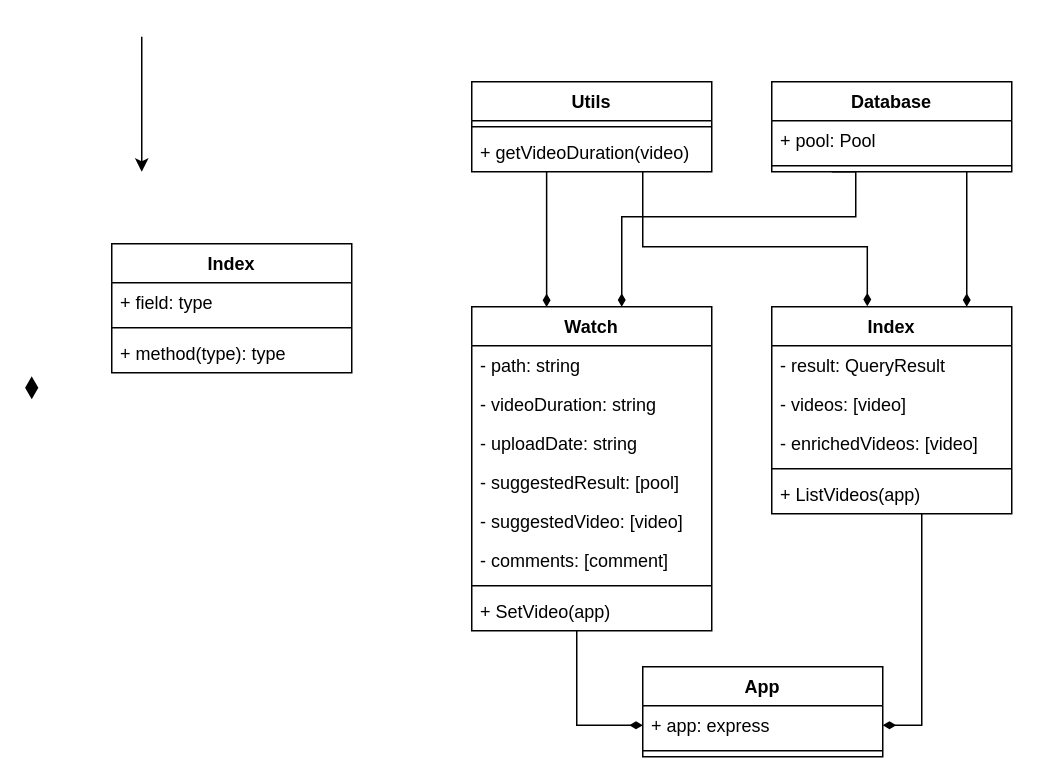
Above: page "диаграмма классов" (8 of 11) of documentation/cursach 2nd diagrams EIMP YT202.drawio in Axemer/VideoHostingDev (draw.io), before the change. Source tidied: cells renumbered, new cells numbered last; positions are measured from the earlier drawing's top-left corner, leaving out a move shared by most shapes. Both pictures are drawn from the tidied source at 150%, with x=0, y=0 at pixel (21, 36).
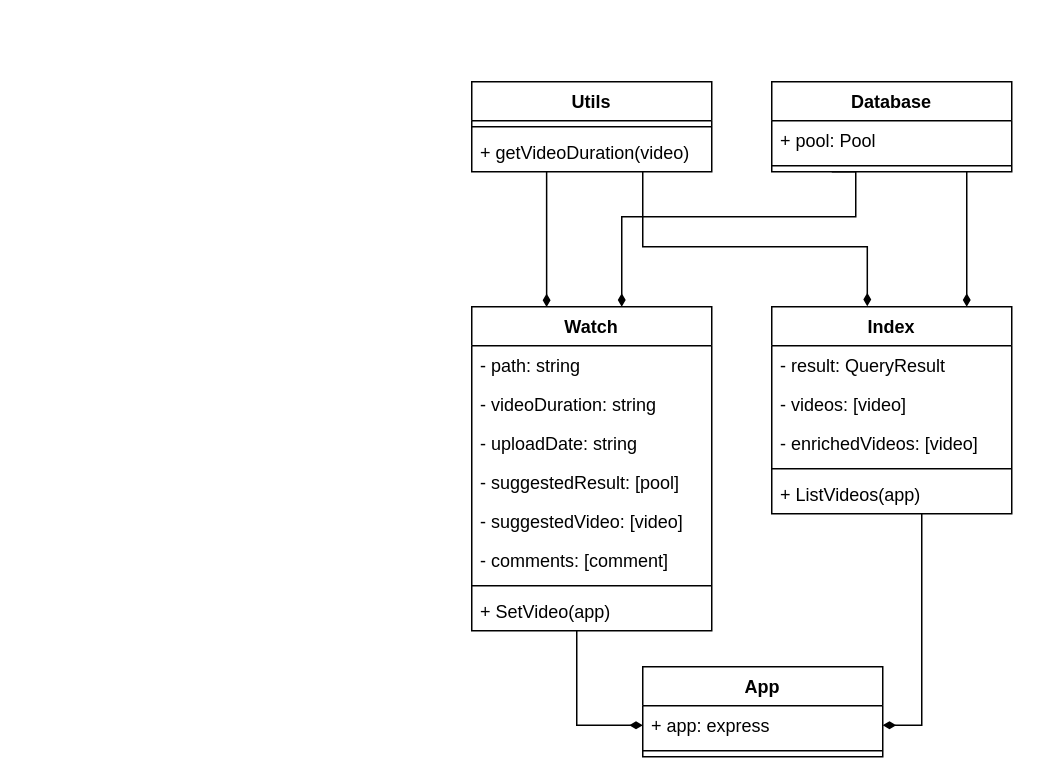
After the change.

The edit, as a diff of the source:
```diff
@@
-    <mxCell id="5" value="Index" style="swimlane;fontStyle=1;align=center;verticalAlign=top;horizontal=1;startSize=26;whiteSpace=wrap;html=1;" parent="1" vertex="1">
-      <mxGeometry x="60" y="138" width="160" height="86" as="geometry" />
-    </mxCell>
-    <mxCell id="6" value="+ field: type" style="text;strokeColor=none;fillColor=none;align=left;verticalAlign=top;spacingLeft=4;spacingRight=4;overflow=hidden;whiteSpace=wrap;html=1;" parent="5" vertex="1">
-      <mxGeometry y="26" width="160" height="26" as="geometry" />
-    </mxCell>
-    <mxCell id="7" style="line;strokeWidth=1;fillColor=none;align=left;verticalAlign=middle;spacingTop=-1;spacingLeft=3;spacingRight=3;labelPosition=right;strokeColor=inherit;" parent="5" vertex="1">
-      <mxGeometry y="52" width="160" height="8" as="geometry" />
-    </mxCell>
-    <mxCell id="8" value="+ method(type): type" style="text;strokeColor=none;fillColor=none;align=left;verticalAlign=top;spacingLeft=4;spacingRight=4;overflow=hidden;whiteSpace=wrap;html=1;" parent="5" vertex="1">
-      <mxGeometry y="60" width="160" height="26" as="geometry" />
-    </mxCell>
@@
-    <mxCell id="28" style="endArrow=classic;html=1;rounded=0;" parent="1" edge="1">
-      <mxGeometry relative="1" as="geometry">
-        <mxPoint x="80" as="sourcePoint" />
-        <mxPoint x="80" y="90" as="targetPoint" />
-      </mxGeometry>
-    </mxCell>
@@
-    <mxCell id="36" style="html=1;whiteSpace=wrap;shape=isoRectangle;rotation=90;fillColor=#000000;" parent="1" vertex="1">
-      <mxGeometry y="230" width="13.3" height="8" as="geometry" />
-    </mxCell>
```
